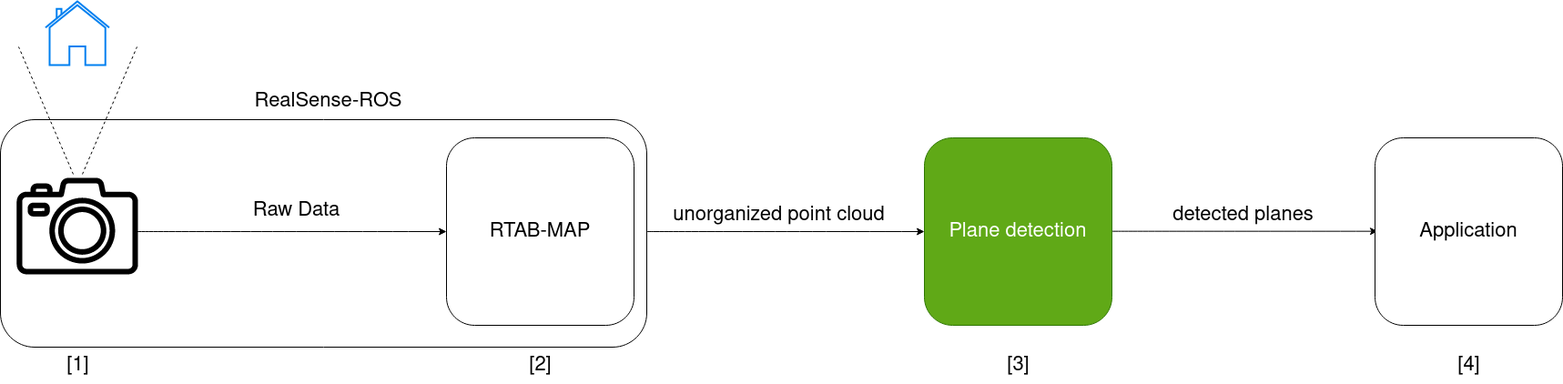
This is Document/images/concept_specific.png from rocketman123456/Comparison-of-Real-Time-Plane-Detection-Algorithms, a draw.io export, as it was before one commit. Source tidied: cells renumbered, new cells last; positions are measured from the earlier drawing's top-left corner, leaving out a move shared by most shapes.
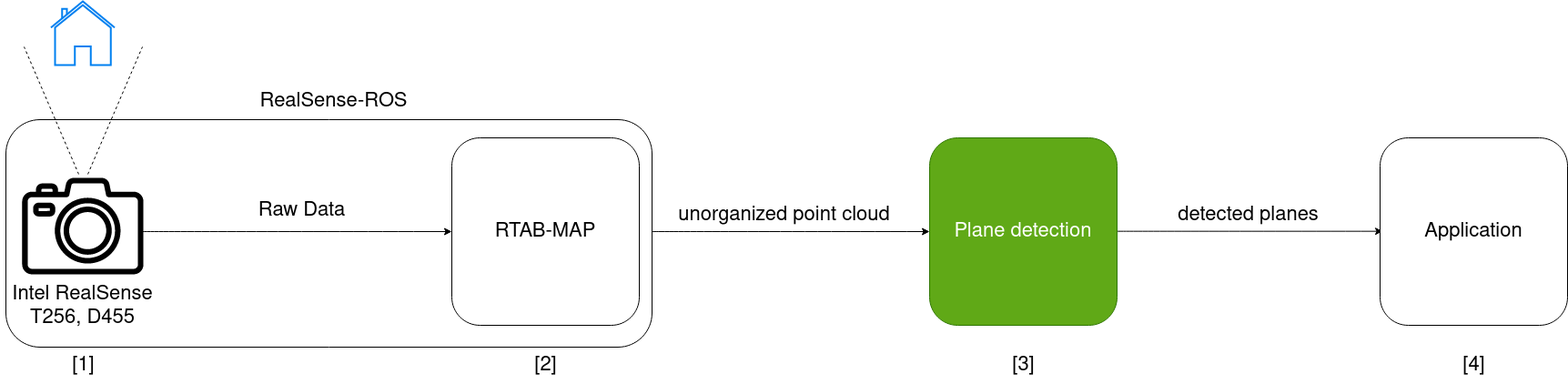
After the commit.

Change to the diagram source:
```diff
@@ -76,5 +76,8 @@
     <mxCell id="20" style="sketch=0;fontColor=#232F3E;gradientColor=none;fillColor=#000000;strokeColor=none;dashed=0;verticalLabelPosition=bottom;verticalAlign=top;align=center;html=1;fontSize=12;fontStyle=0;shape=mxgraph.aws4.camera2;labelBackgroundColor=none;fillStyle=solid;strokeWidth=1;" parent="1" vertex="1">
       <mxGeometry x="17.8" y="194" width="133.3" height="106" as="geometry" />
     </mxCell>
+    <mxCell id="21" value="&lt;div&gt;Intel RealSense&lt;/div&gt;&lt;div&gt;T256, D455&lt;br&gt;&lt;/div&gt;" style="text;html=1;align=center;verticalAlign=middle;strokeColor=none;fillColor=none;fontSize=22;fontColor=#fffff;" parent="1" vertex="1">
+      <mxGeometry x="-5.5" y="300" width="180" height="70" as="geometry" />
+    </mxCell>
   </root>
 </mxGraphModel>
```
